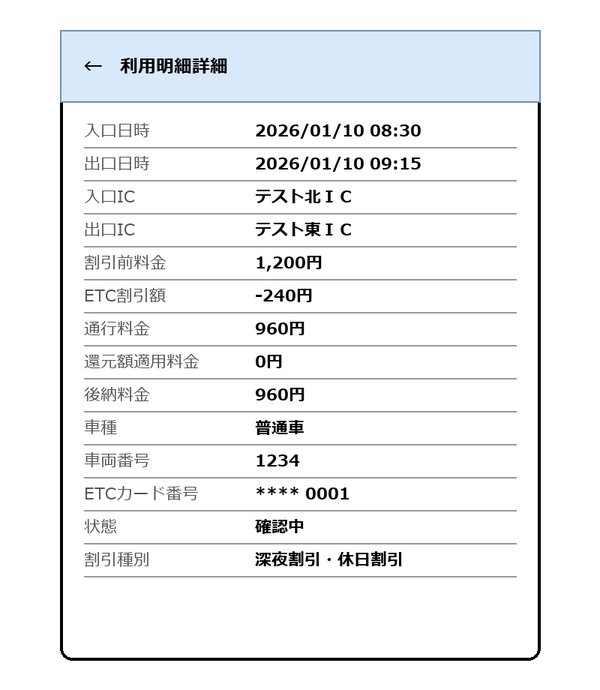
This is docs/systems/screens/images/SCR-003-statement-detail.drawio.png from hnt1028/etc-meisai, a draw.io export, as it was before one commit. Source tidied: cells renumbered, new cells last; positions are measured from the earlier drawing's top-left corner, leaving out a move shared by most shapes.
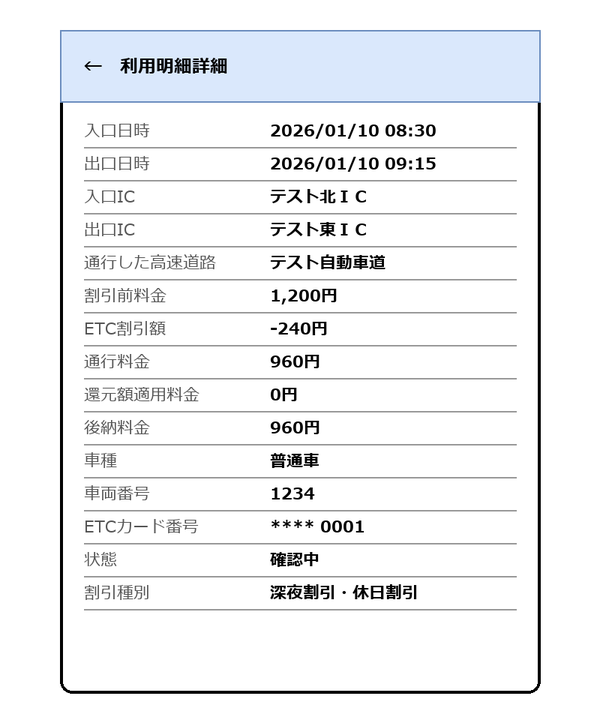
The same diagram one commit later.

Change to the diagram source:
```diff
@@ -3,16 +3,16 @@
     <mxCell id="0" />
     <mxCell id="1" parent="0" />
     <mxCell id="2" style="rounded=1;whiteSpace=wrap;html=1;arcSize=3;strokeWidth=2;" parent="1" vertex="1">
-      <mxGeometry width="320" height="420" as="geometry" />
+      <mxGeometry width="320" height="442" as="geometry" />
     </mxCell>
     <mxCell id="3" value="←　利用明細詳細" style="rounded=0;whiteSpace=wrap;html=1;align=left;spacingLeft=16;fontStyle=1;fillColor=#dae8fc;strokeColor=#6c8ebf;" parent="1" vertex="1">
       <mxGeometry width="320" height="48" as="geometry" />
     </mxCell>
     <mxCell id="4" value="入口日時" style="text;html=1;align=left;verticalAlign=middle;fontSize=11;fontColor=#555555;" parent="1" vertex="1">
-      <mxGeometry x="16" y="56" width="110" height="22" as="geometry" />
+      <mxGeometry x="16" y="56" width="120" height="22" as="geometry" />
     </mxCell>
     <mxCell id="5" value="2026/01/10 08:30" style="text;html=1;align=left;verticalAlign=middle;fontSize=11;fontStyle=1;" parent="1" vertex="1">
-      <mxGeometry x="130" y="56" width="174" height="22" as="geometry" />
+      <mxGeometry x="140" y="56" width="164" height="22" as="geometry" />
     </mxCell>
     <mxCell id="6" style="endArrow=none;html=1;strokeColor=#999999;" parent="1" edge="1">
       <mxGeometry relative="1" as="geometry">
@@ -21,10 +21,10 @@
       </mxGeometry>
     </mxCell>
     <mxCell id="7" value="出口日時" style="text;html=1;align=left;verticalAlign=middle;fontSize=11;fontColor=#555555;" parent="1" vertex="1">
-      <mxGeometry x="16" y="78" width="110" height="22" as="geometry" />
+      <mxGeometry x="16" y="78" width="120" height="22" as="geometry" />
     </mxCell>
     <mxCell id="8" value="2026/01/10 09:15" style="text;html=1;align=left;verticalAlign=middle;fontSize=11;fontStyle=1;" parent="1" vertex="1">
-      <mxGeometry x="130" y="78" width="174" height="22" as="geometry" />
+      <mxGeometry x="140" y="78" width="164" height="22" as="geometry" />
     </mxCell>
     <mxCell id="9" style="endArrow=none;html=1;strokeColor=#999999;" parent="1" edge="1">
       <mxGeometry relative="1" as="geometry">
@@ -33,10 +33,10 @@
       </mxGeometry>
     </mxCell>
     <mxCell id="10" value="入口IC" style="text;html=1;align=left;verticalAlign=middle;fontSize=11;fontColor=#555555;" parent="1" vertex="1">
-      <mxGeometry x="16" y="100" width="110" height="22" as="geometry" />
+      <mxGeometry x="16" y="100" width="120" height="22" as="geometry" />
     </mxCell>
     <mxCell id="11" value="テスト北ＩＣ" style="text;html=1;align=left;verticalAlign=middle;fontSize=11;fontStyle=1;" parent="1" vertex="1">
-      <mxGeometry x="130" y="100" width="174" height="22" as="geometry" />
+      <mxGeometry x="140" y="100" width="164" height="22" as="geometry" />
     </mxCell>
     <mxCell id="12" style="endArrow=none;html=1;strokeColor=#999999;" parent="1" edge="1">
       <mxGeometry relative="1" as="geometry">
@@ -45,10 +45,10 @@
       </mxGeometry>
     </mxCell>
     <mxCell id="13" value="出口IC" style="text;html=1;align=left;verticalAlign=middle;fontSize=11;fontColor=#555555;" parent="1" vertex="1">
-      <mxGeometry x="16" y="122" width="110" height="22" as="geometry" />
+      <mxGeometry x="16" y="122" width="120" height="22" as="geometry" />
     </mxCell>
     <mxCell id="14" value="テスト東ＩＣ" style="text;html=1;align=left;verticalAlign=middle;fontSize=11;fontStyle=1;" parent="1" vertex="1">
-      <mxGeometry x="130" y="122" width="174" height="22" as="geometry" />
+      <mxGeometry x="140" y="122" width="164" height="22" as="geometry" />
     </mxCell>
     <mxCell id="15" style="endArrow=none;html=1;strokeColor=#999999;" parent="1" edge="1">
       <mxGeometry relative="1" as="geometry">
@@ -56,11 +56,11 @@
         <mxPoint x="304" y="144" as="targetPoint" />
       </mxGeometry>
     </mxCell>
-    <mxCell id="16" value="割引前料金" style="text;html=1;align=left;verticalAlign=middle;fontSize=11;fontColor=#555555;" parent="1" vertex="1">
-      <mxGeometry x="16" y="144" width="110" height="22" as="geometry" />
+    <mxCell id="16" value="通行した高速道路" style="text;html=1;align=left;verticalAlign=middle;fontSize=11;fontColor=#555555;" parent="1" vertex="1">
+      <mxGeometry x="16" y="144" width="120" height="22" as="geometry" />
     </mxCell>
-    <mxCell id="17" value="1,200円" style="text;html=1;align=left;verticalAlign=middle;fontSize=11;fontStyle=1;" parent="1" vertex="1">
-      <mxGeometry x="130" y="144" width="174" height="22" as="geometry" />
+    <mxCell id="17" value="テスト自動車道" style="text;html=1;align=left;verticalAlign=middle;fontSize=11;fontStyle=1;" parent="1" vertex="1">
+      <mxGeometry x="140" y="144" width="164" height="22" as="geometry" />
     </mxCell>
     <mxCell id="18" style="endArrow=none;html=1;strokeColor=#999999;" parent="1" edge="1">
       <mxGeometry relative="1" as="geometry">
@@ -68,11 +68,11 @@
         <mxPoint x="304" y="166" as="targetPoint" />
       </mxGeometry>
     </mxCell>
-    <mxCell id="19" value="ETC割引額" style="text;html=1;align=left;verticalAlign=middle;fontSize=11;fontColor=#555555;" parent="1" vertex="1">
-      <mxGeometry x="16" y="166" width="110" height="22" as="geometry" />
+    <mxCell id="19" value="割引前料金" style="text;html=1;align=left;verticalAlign=middle;fontSize=11;fontColor=#555555;" parent="1" vertex="1">
+      <mxGeometry x="16" y="166" width="120" height="22" as="geometry" />
     </mxCell>
-    <mxCell id="20" value="-240円" style="text;html=1;align=left;verticalAlign=middle;fontSize=11;fontStyle=1;" parent="1" vertex="1">
-      <mxGeometry x="130" y="166" width="174" height="22" as="geometry" />
+    <mxCell id="20" value="1,200円" style="text;html=1;align=left;verticalAlign=middle;fontSize=11;fontStyle=1;" parent="1" vertex="1">
+      <mxGeometry x="140" y="166" width="164" height="22" as="geometry" />
     </mxCell>
     <mxCell id="21" style="endArrow=none;html=1;strokeColor=#999999;" parent="1" edge="1">
       <mxGeometry relative="1" as="geometry">
@@ -80,11 +80,11 @@
         <mxPoint x="304" y="188" as="targetPoint" />
       </mxGeometry>
     </mxCell>
-    <mxCell id="22" value="通行料金" style="text;html=1;align=left;verticalAlign=middle;fontSize=11;fontColor=#555555;" parent="1" vertex="1">
-      <mxGeometry x="16" y="188" width="110" height="22" as="geometry" />
+    <mxCell id="22" value="ETC割引額" style="text;html=1;align=left;verticalAlign=middle;fontSize=11;fontColor=#555555;" parent="1" vertex="1">
+      <mxGeometry x="16" y="188" width="120" height="22" as="geometry" />
     </mxCell>
-    <mxCell id="23" value="960円" style="text;html=1;align=left;verticalAlign=middle;fontSize=11;fontStyle=1;" parent="1" vertex="1">
-      <mxGeometry x="130" y="188" width="174" height="22" as="geometry" />
+    <mxCell id="23" value="-240円" style="text;html=1;align=left;verticalAlign=middle;fontSize=11;fontStyle=1;" parent="1" vertex="1">
+      <mxGeometry x="140" y="188" width="164" height="22" as="geometry" />
     </mxCell>
     <mxCell id="24" style="endArrow=none;html=1;strokeColor=#999999;" parent="1" edge="1">
       <mxGeometry relative="1" as="geometry">
@@ -92,11 +92,11 @@
         <mxPoint x="304" y="210" as="targetPoint" />
       </mxGeometry>
     </mxCell>
-    <mxCell id="25" value="還元額適用料金" style="text;html=1;align=left;verticalAlign=middle;fontSize=11;fontColor=#555555;" parent="1" vertex="1">
-      <mxGeometry x="16" y="210" width="110" height="22" as="geometry" />
+    <mxCell id="25" value="通行料金" style="text;html=1;align=left;verticalAlign=middle;fontSize=11;fontColor=#555555;" parent="1" vertex="1">
+      <mxGeometry x="16" y="210" width="120" height="22" as="geometry" />
     </mxCell>
-    <mxCell id="26" value="0円" style="text;html=1;align=left;verticalAlign=middle;fontSize=11;fontStyle=1;" parent="1" vertex="1">
-      <mxGeometry x="130" y="210" width="174" height="22" as="geometry" />
+    <mxCell id="26" value="960円" style="text;html=1;align=left;verticalAlign=middle;fontSize=11;fontStyle=1;" parent="1" vertex="1">
+      <mxGeometry x="140" y="210" width="164" height="22" as="geometry" />
     </mxCell>
     <mxCell id="27" style="endArrow=none;html=1;strokeColor=#999999;" parent="1" edge="1">
       <mxGeometry relative="1" as="geometry">
@@ -104,11 +104,11 @@
         <mxPoint x="304" y="232" as="targetPoint" />
       </mxGeometry>
     </mxCell>
-    <mxCell id="28" value="後納料金" style="text;html=1;align=left;verticalAlign=middle;fontSize=11;fontColor=#555555;" parent="1" vertex="1">
-      <mxGeometry x="16" y="232" width="110" height="22" as="geometry" />
+    <mxCell id="28" value="還元額適用料金" style="text;html=1;align=left;verticalAlign=middle;fontSize=11;fontColor=#555555;" parent="1" vertex="1">
+      <mxGeometry x="16" y="232" width="120" height="22" as="geometry" />
     </mxCell>
-    <mxCell id="29" value="960円" style="text;html=1;align=left;verticalAlign=middle;fontSize=11;fontStyle=1;" parent="1" vertex="1">
-      <mxGeometry x="130" y="232" width="174" height="22" as="geometry" />
+    <mxCell id="29" value="0円" style="text;html=1;align=left;verticalAlign=middle;fontSize=11;fontStyle=1;" parent="1" vertex="1">
+      <mxGeometry x="140" y="232" width="164" height="22" as="geometry" />
     </mxCell>
     <mxCell id="30" style="endArrow=none;html=1;strokeColor=#999999;" parent="1" edge="1">
       <mxGeometry relative="1" as="geometry">
@@ -116,11 +116,11 @@
         <mxPoint x="304" y="254" as="targetPoint" />
       </mxGeometry>
     </mxCell>
-    <mxCell id="31" value="車種" style="text;html=1;align=left;verticalAlign=middle;fontSize=11;fontColor=#555555;" parent="1" vertex="1">
-      <mxGeometry x="16" y="254" width="110" height="22" as="geometry" />
+    <mxCell id="31" value="後納料金" style="text;html=1;align=left;verticalAlign=middle;fontSize=11;fontColor=#555555;" parent="1" vertex="1">
+      <mxGeometry x="16" y="254" width="120" height="22" as="geometry" />
     </mxCell>
-    <mxCell id="32" value="普通車" style="text;html=1;align=left;verticalAlign=middle;fontSize=11;fontStyle=1;" parent="1" vertex="1">
-      <mxGeometry x="130" y="254" width="174" height="22" as="geometry" />
+    <mxCell id="32" value="960円" style="text;html=1;align=left;verticalAlign=middle;fontSize=11;fontStyle=1;" parent="1" vertex="1">
+      <mxGeometry x="140" y="254" width="164" height="22" as="geometry" />
     </mxCell>
     <mxCell id="33" style="endArrow=none;html=1;strokeColor=#999999;" parent="1" edge="1">
       <mxGeometry relative="1" as="geometry">
@@ -128,11 +128,11 @@
         <mxPoint x="304" y="276" as="targetPoint" />
       </mxGeometry>
     </mxCell>
-    <mxCell id="34" value="車両番号" style="text;html=1;align=left;verticalAlign=middle;fontSize=11;fontColor=#555555;" parent="1" vertex="1">
-      <mxGeometry x="16" y="276" width="110" height="22" as="geometry" />
+    <mxCell id="34" value="車種" style="text;html=1;align=left;verticalAlign=middle;fontSize=11;fontColor=#555555;" parent="1" vertex="1">
+      <mxGeometry x="16" y="276" width="120" height="22" as="geometry" />
     </mxCell>
-    <mxCell id="35" value="1234" style="text;html=1;align=left;verticalAlign=middle;fontSize=11;fontStyle=1;" parent="1" vertex="1">
-      <mxGeometry x="130" y="276" width="174" height="22" as="geometry" />
+    <mxCell id="35" value="普通車" style="text;html=1;align=left;verticalAlign=middle;fontSize=11;fontStyle=1;" parent="1" vertex="1">
+      <mxGeometry x="140" y="276" width="164" height="22" as="geometry" />
     </mxCell>
     <mxCell id="36" style="endArrow=none;html=1;strokeColor=#999999;" parent="1" edge="1">
       <mxGeometry relative="1" as="geometry">
@@ -140,11 +140,11 @@
         <mxPoint x="304" y="298" as="targetPoint" />
       </mxGeometry>
     </mxCell>
-    <mxCell id="37" value="ETCカード番号" style="text;html=1;align=left;verticalAlign=middle;fontSize=11;fontColor=#555555;" parent="1" vertex="1">
-      <mxGeometry x="16" y="298" width="110" height="22" as="geometry" />
+    <mxCell id="37" value="車両番号" style="text;html=1;align=left;verticalAlign=middle;fontSize=11;fontColor=#555555;" parent="1" vertex="1">
+      <mxGeometry x="16" y="298" width="120" height="22" as="geometry" />
     </mxCell>
-    <mxCell id="38" value="**** 0001" style="text;html=1;align=left;verticalAlign=middle;fontSize=11;fontStyle=1;" parent="1" vertex="1">
-      <mxGeometry x="130" y="298" width="174" height="22" as="geometry" />
+    <mxCell id="38" value="1234" style="text;html=1;align=left;verticalAlign=middle;fontSize=11;fontStyle=1;" parent="1" vertex="1">
+      <mxGeometry x="140" y="298" width="164" height="22" as="geometry" />
     </mxCell>
     <mxCell id="39" style="endArrow=none;html=1;strokeColor=#999999;" parent="1" edge="1">
       <mxGeometry relative="1" as="geometry">
@@ -152,11 +152,11 @@
         <mxPoint x="304" y="320" as="targetPoint" />
       </mxGeometry>
     </mxCell>
-    <mxCell id="40" value="状態" style="text;html=1;align=left;verticalAlign=middle;fontSize=11;fontColor=#555555;" parent="1" vertex="1">
-      <mxGeometry x="16" y="320" width="110" height="22" as="geometry" />
+    <mxCell id="40" value="ETCカード番号" style="text;html=1;align=left;verticalAlign=middle;fontSize=11;fontColor=#555555;" parent="1" vertex="1">
+      <mxGeometry x="16" y="320" width="120" height="22" as="geometry" />
     </mxCell>
-    <mxCell id="41" value="確認中" style="text;html=1;align=left;verticalAlign=middle;fontSize=11;fontStyle=1;" parent="1" vertex="1">
-      <mxGeometry x="130" y="320" width="174" height="22" as="geometry" />
+    <mxCell id="41" value="**** 0001" style="text;html=1;align=left;verticalAlign=middle;fontSize=11;fontStyle=1;" parent="1" vertex="1">
+      <mxGeometry x="140" y="320" width="164" height="22" as="geometry" />
     </mxCell>
     <mxCell id="42" style="endArrow=none;html=1;strokeColor=#999999;" parent="1" edge="1">
       <mxGeometry relative="1" as="geometry">
@@ -164,11 +164,11 @@
         <mxPoint x="304" y="342" as="targetPoint" />
       </mxGeometry>
     </mxCell>
-    <mxCell id="43" value="割引種別" style="text;html=1;align=left;verticalAlign=middle;fontSize=11;fontColor=#555555;" parent="1" vertex="1">
-      <mxGeometry x="16" y="342" width="110" height="22" as="geometry" />
+    <mxCell id="43" value="状態" style="text;html=1;align=left;verticalAlign=middle;fontSize=11;fontColor=#555555;" parent="1" vertex="1">
+      <mxGeometry x="16" y="342" width="120" height="22" as="geometry" />
     </mxCell>
-    <mxCell id="44" value="深夜割引・休日割引" style="text;html=1;align=left;verticalAlign=middle;fontSize=11;fontStyle=1;" parent="1" vertex="1">
-      <mxGeometry x="130" y="342" width="174" height="22" as="geometry" />
+    <mxCell id="44" value="確認中" style="text;html=1;align=left;verticalAlign=middle;fontSize=11;fontStyle=1;" parent="1" vertex="1">
+      <mxGeometry x="140" y="342" width="164" height="22" as="geometry" />
     </mxCell>
     <mxCell id="45" style="endArrow=none;html=1;strokeColor=#999999;" parent="1" edge="1">
       <mxGeometry relative="1" as="geometry">
@@ -176,5 +176,17 @@
         <mxPoint x="304" y="364" as="targetPoint" />
       </mxGeometry>
     </mxCell>
+    <mxCell id="46" value="割引種別" style="text;html=1;align=left;verticalAlign=middle;fontSize=11;fontColor=#555555;" parent="1" vertex="1">
+      <mxGeometry x="16" y="364" width="120" height="22" as="geometry" />
+    </mxCell>
+    <mxCell id="47" value="深夜割引・休日割引" style="text;html=1;align=left;verticalAlign=middle;fontSize=11;fontStyle=1;" parent="1" vertex="1">
+      <mxGeometry x="140" y="364" width="164" height="22" as="geometry" />
+    </mxCell>
+    <mxCell id="48" style="endArrow=none;html=1;strokeColor=#999999;" parent="1" edge="1">
+      <mxGeometry relative="1" as="geometry">
+        <mxPoint x="16" y="386" as="sourcePoint" />
+        <mxPoint x="304" y="386" as="targetPoint" />
+      </mxGeometry>
+    </mxCell>
   </root>
 </mxGraphModel>
```
